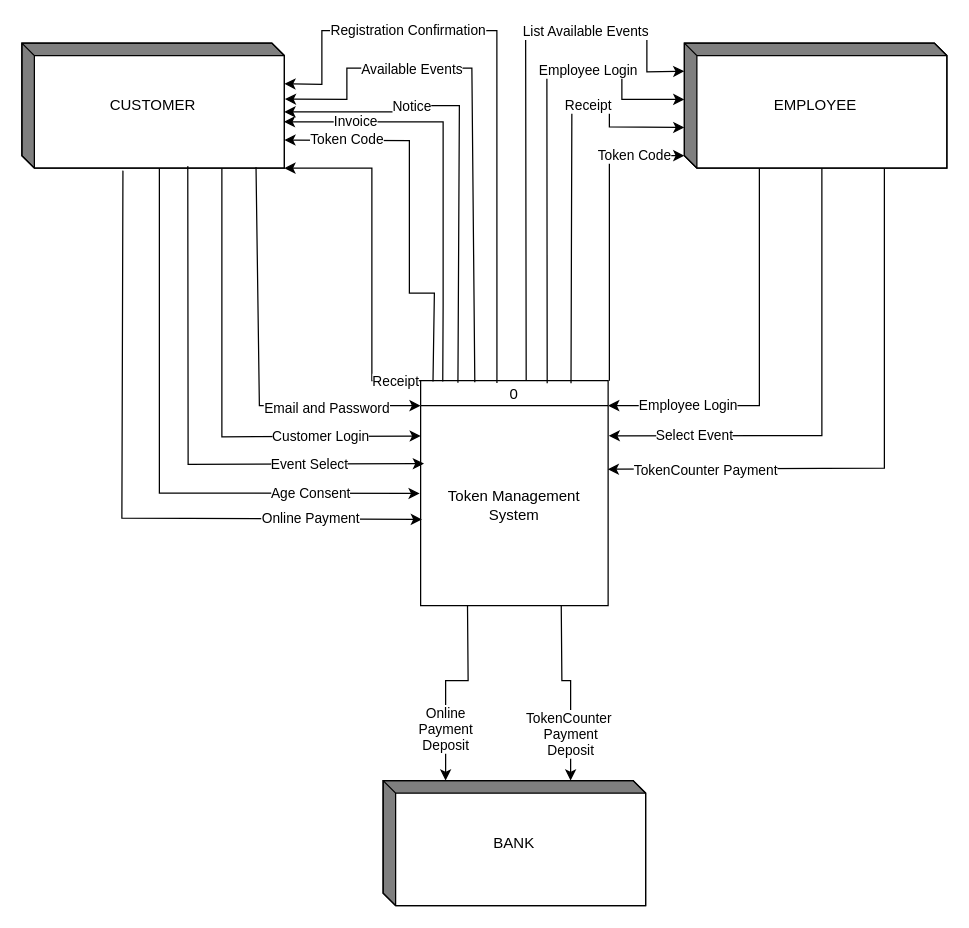
This is Context Diagram.drawio from JussSelenite/JussSelenite, a draw.io file, before an edit. Source tidied: cells renumbered, new cells numbered last; positions are measured from the earlier drawing's top-left corner, leaving out a move shared by most shapes. Both pictures are drawn from the tidied source at 125%, with x=0, y=0 at pixel (21, 30).
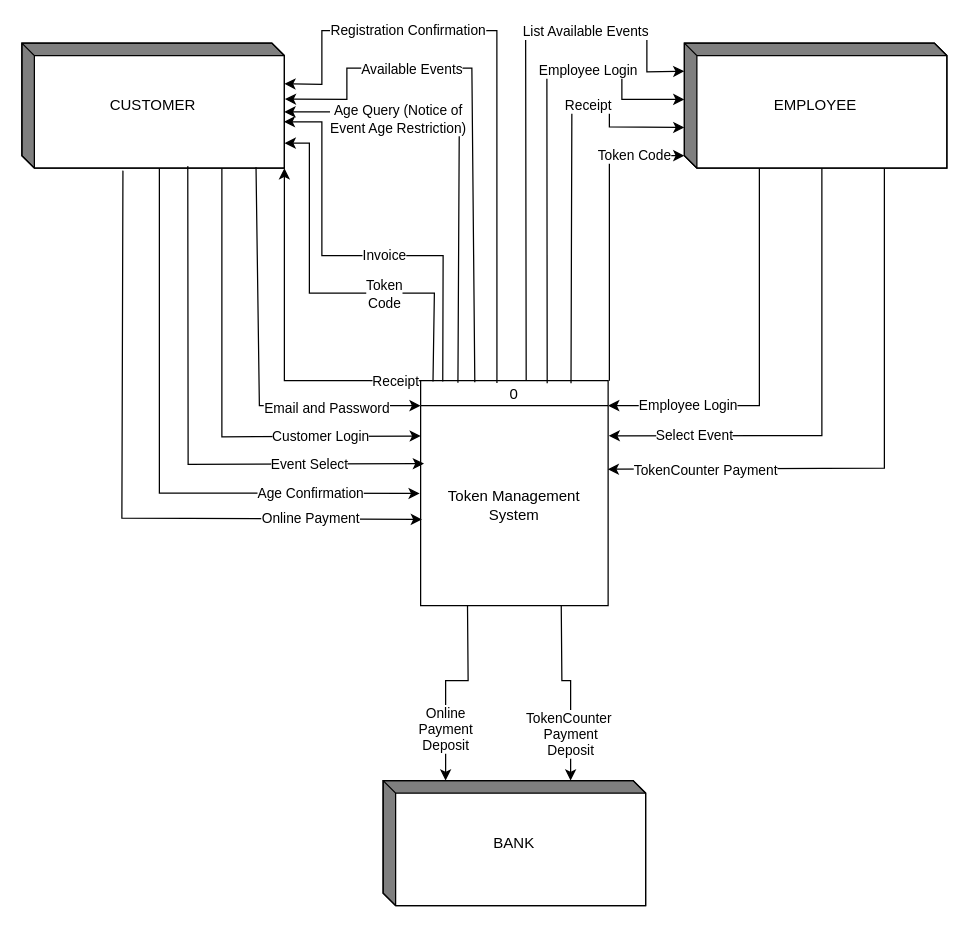
The same page after the edit.

The change refers to these unchanged cells:
```xml
<mxCell id="2" value="0" style="swimlane;fontStyle=0;horizontal=1;startSize=20;fillColor=#ffffff;swimlaneFillColor=#ffffff;" parent="1" vertex="1">
  <mxGeometry x="319" y="280" width="150" height="180" as="geometry" />
</mxCell>
<mxCell id="5" value="CUSTOMER" style="html=1;dashed=0;whiteSpace=wrap;shape=mxgraph.dfd.externalEntity;" parent="1" vertex="1">
  <mxGeometry y="10" width="210" height="100" as="geometry" />
</mxCell>
<mxCell id="11" style="endArrow=classic;html=1;rounded=0;exitX=0.199;exitY=0.009;exitDx=0;exitDy=0;exitPerimeter=0;entryX=0;entryY=0;entryDx=210;entryDy=55;entryPerimeter=0;" parent="1" edge="1" source="2" target="5">
  <mxGeometry relative="1" as="geometry">
    <Array as="points">
      <mxPoint x="350" y="60" />
      <mxPoint x="300" y="60" />
      <mxPoint x="300" y="65" />
    </Array>
  </mxGeometry>
</mxCell>
<mxCell id="21" style="endArrow=classic;html=1;rounded=0;entryX=-0.005;entryY=0.439;entryDx=0;entryDy=0;entryPerimeter=0;exitX=0;exitY=0;exitDx=110;exitDy=100;exitPerimeter=0;" parent="1" edge="1" source="5" target="3">
  <mxGeometry relative="1" as="geometry">
    <Array as="points">
      <mxPoint x="110" y="370" />
    </Array>
  </mxGeometry>
</mxCell>
```

Change to the diagram source:
```diff
@@
-    <mxCell id="12" value="Notice" style="edgeLabel;html=1;align=center;verticalAlign=middle;" parent="11" vertex="1">
-      <mxGeometry x="0.42" relative="1" as="geometry" />
+    <mxCell id="12" value="Age Query (Notice of &lt;br&gt;Event Age Restriction)" style="edgeLabel;html=1;align=center;verticalAlign=middle;" parent="11" vertex="1">
+      <mxGeometry x="0.42" relative="1" as="geometry">
+        <mxPoint x="-11" y="10" as="offset" />
+      </mxGeometry>
     </mxCell>
     <mxCell id="13" style="endArrow=classic;html=1;rounded=0;exitX=0.118;exitY=0.004;exitDx=0;exitDy=0;exitPerimeter=0;entryX=0.998;entryY=0.629;entryDx=0;entryDy=0;entryPerimeter=0;" parent="1" edge="1" source="2" target="5">
       <mxGeometry relative="1" as="geometry">
         <Array as="points">
-          <mxPoint x="337" y="220" />
-          <mxPoint x="337" y="73" />
+          <mxPoint x="337" y="180" />
+          <mxPoint x="240" y="180" />
+          <mxPoint x="240" y="73" />
         </Array>
       </mxGeometry>
     </mxCell>
     <mxCell id="14" value="Invoice" style="edgeLabel;html=1;align=center;verticalAlign=middle;" parent="13" vertex="1">
-      <mxGeometry x="0.66" relative="1" as="geometry" />
+      <mxGeometry x="0.66" relative="1" as="geometry">
+        <mxPoint x="49" y="80" as="offset" />
+      </mxGeometry>
     </mxCell>
-    <mxCell id="15" style="endArrow=classic;html=1;rounded=0;exitX=0.066;exitY=0.004;exitDx=0;exitDy=0;exitPerimeter=0;entryX=0;entryY=0;entryDx=210;entryDy=77.5;entryPerimeter=0;" parent="1" edge="1" source="2" target="5">
+    <mxCell id="15" style="endArrow=classic;html=1;rounded=0;exitX=0.066;exitY=0.004;exitDx=0;exitDy=0;exitPerimeter=0;entryX=1.001;entryY=0.8;entryDx=0;entryDy=0;entryPerimeter=0;" parent="1" edge="1" source="2" target="5">
       <mxGeometry relative="1" as="geometry">
         <Array as="points">
           <mxPoint x="330" y="210" />
-          <mxPoint x="310" y="210" />
-          <mxPoint x="310" y="88" />
+          <mxPoint x="230" y="210" />
+          <mxPoint x="230" y="90" />
         </Array>
       </mxGeometry>
     </mxCell>
-    <mxCell id="16" value="Token Code" style="edgeLabel;html=1;align=center;verticalAlign=middle;" parent="15" vertex="1">
+    <mxCell id="16" value="Token &lt;br&gt;Code" style="edgeLabel;html=1;align=center;verticalAlign=middle;" parent="15" vertex="1">
       <mxGeometry x="0.81" y="-1" relative="1" as="geometry">
-        <mxPoint x="20" as="offset" />
+        <mxPoint x="58" y="111" as="offset" />
       </mxGeometry>
     </mxCell>
     <mxCell id="17" style="endArrow=classic;html=1;rounded=0;exitX=0;exitY=0;exitDx=0;exitDy=0;entryX=1;entryY=1;entryDx=0;entryDy=0;entryPerimeter=0;" parent="1" edge="1" source="2" target="5">
       <mxGeometry relative="1" as="geometry">
         <Array as="points">
           <mxPoint x="280" y="280" />
-          <mxPoint x="280" y="110" />
+          <mxPoint x="210" y="280" />
         </Array>
       </mxGeometry>
     </mxCell>
@@
-    <mxCell id="22" value="Age Consent" style="edgeLabel;html=1;align=center;verticalAlign=middle;" parent="21" vertex="1">
+    <mxCell id="22" value="Age Confirmation" style="edgeLabel;html=1;align=center;verticalAlign=middle;" parent="21" vertex="1">
       <mxGeometry x="0.54" y="1" relative="1" as="geometry">
         <mxPoint x="19" as="offset" />
       </mxGeometry>
     </mxCell>
```
